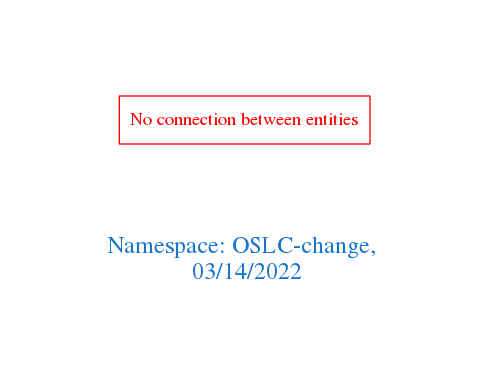
Before: downloads/OSLC-change.png, a diagram exported from Graphviz (arago/OGIT). Its source is kept beside it as downloads/OSLC-change.dot.
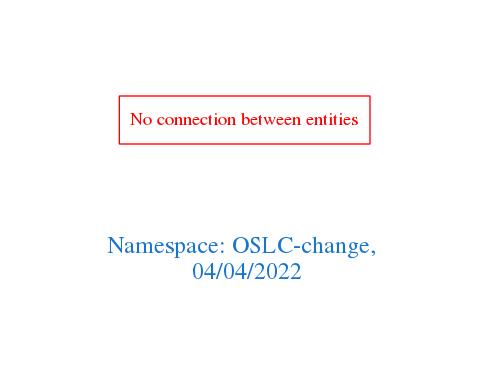
Later version of the same file.

Diff of the diagram source:
```diff
@@ -1,7 +1,7 @@
 digraph OGIT_ontology {
  graph [ rankdir= LR,pad=1
 fontsize = 18,
-fontcolor= dodgerblue3,label = "\n\n\nNamespace: OSLC-change, \n 03/14/2022"];
+fontcolor= dodgerblue3,label = "\n\n\nNamespace: OSLC-change, \n 04/04/2022"];
 node[shape=polygon];
 edge [  color="gray81"];
 
```
